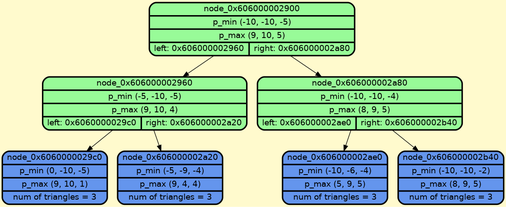
Earlier version of the Graphviz export dump/graph_dump.png (BulgakovDmitry/3D_triangles). Its source is kept beside it as dump/graph_dump.gv. Source of this version:
```dot
digraph G {
    rankdir=TB;
    node [style=filled, fontname="Helvetica", fontcolor=darkblue, fillcolor=peachpuff, color="#252A34", penwidth=2.5];
    bgcolor="lemonchiffon";

    node_0x606000002900 [shape=Mrecord; style=filled; fillcolor=palegreen; color="#000000"; fontcolor="#000000"; label="{ node_0x606000002900 | p_min (-10, -10, -5) | p_max (9, 10, 5) | { left: 0x606000002960 | right: 0x606000002a80 } }"];
    node_0x606000002960 [shape=Mrecord; style=filled; fillcolor=palegreen; color="#000000"; fontcolor="#000000"; label="{ node_0x606000002960 | p_min (-5, -10, -5) | p_max (9, 10, 4) | { left: 0x6060000029c0 | right: 0x606000002a20 } }"];
    node_0x6060000029c0 [shape=Mrecord; style=filled; fillcolor=cornflowerblue; color="#000000"; fontcolor="#000000"; label="{ node_0x6060000029c0 | p_min (0, -10, -5) | p_max (9, 10, 1) | num of triangles = 3}"];
    node_0x606000002a20 [shape=Mrecord; style=filled; fillcolor=cornflowerblue; color="#000000"; fontcolor="#000000"; label="{ node_0x606000002a20 | p_min (-5, -9, -4) | p_max (9, 4, 4) | num of triangles = 3}"];
    node_0x606000002a80 [shape=Mrecord; style=filled; fillcolor=palegreen; color="#000000"; fontcolor="#000000"; label="{ node_0x606000002a80 | p_min (-10, -10, -4) | p_max (8, 9, 5) | { left: 0x606000002ae0 | right: 0x606000002b40 } }"];
    node_0x606000002ae0 [shape=Mrecord; style=filled; fillcolor=cornflowerblue; color="#000000"; fontcolor="#000000"; label="{ node_0x606000002ae0 | p_min (-10, -6, -4) | p_max (5, 9, 5) | num of triangles = 3}"];
    node_0x606000002b40 [shape=Mrecord; style=filled; fillcolor=cornflowerblue; color="#000000"; fontcolor="#000000"; label="{ node_0x606000002b40 | p_min (-10, -10, -2) | p_max (8, 9, 5) | num of triangles = 3}"];

    node_0x606000002900 -> node_0x606000002960;
    node_0x606000002900 -> node_0x606000002a80;
    node_0x606000002960 -> node_0x6060000029c0;
    node_0x606000002960 -> node_0x606000002a20;
    node_0x606000002a80 -> node_0x606000002ae0;
    node_0x606000002a80 -> node_0x606000002b40;
}
```
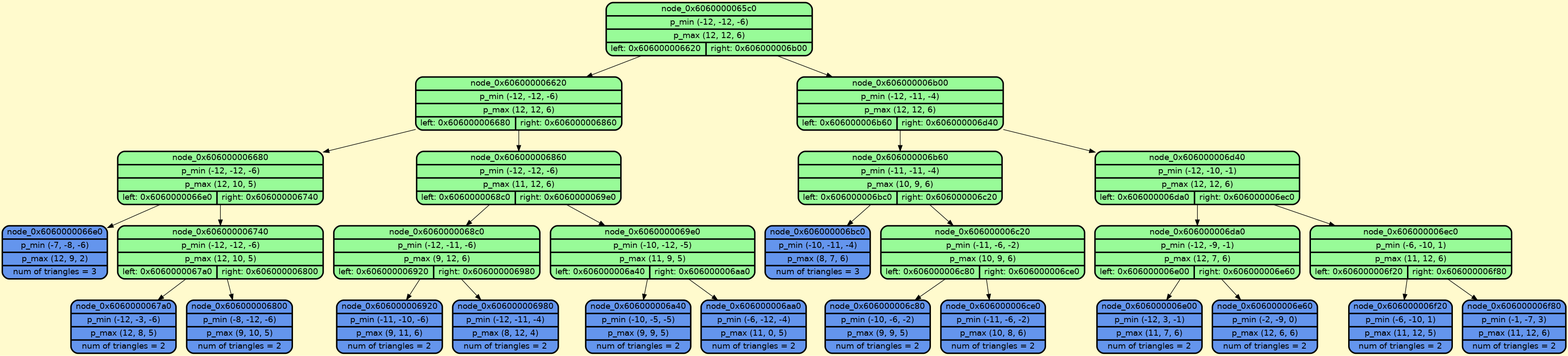
Later version of the same file.

Commit message:
fix BVH and create graph dump of bin tree

The edit, as a diff of the source:
```diff
@@ -3,18 +3,58 @@
     node [style=filled, fontname="Helvetica", fontcolor=darkblue, fillcolor=peachpuff, color="#252A34", penwidth=2.5];
     bgcolor="lemonchiffon";
 
-    node_0x606000002900 [shape=Mrecord; style=filled; fillcolor=palegreen; color="#000000"; fontcolor="#000000"; label="{ node_0x606000002900 | p_min (-10, -10, -5) | p_max (9, 10, 5) | { left: 0x606000002960 | right: 0x606000002a80 } }"];
-    node_0x606000002960 [shape=Mrecord; style=filled; fillcolor=palegreen; color="#000000"; fontcolor="#000000"; label="{ node_0x606000002960 | p_min (-5, -10, -5) | p_max (9, 10, 4) | { left: 0x6060000029c0 | right: 0x606000002a20 } }"];
-    node_0x6060000029c0 [shape=Mrecord; style=filled; fillcolor=cornflowerblue; color="#000000"; fontcolor="#000000"; label="{ node_0x6060000029c0 | p_min (0, -10, -5) | p_max (9, 10, 1) | num of triangles = 3}"];
-    node_0x606000002a20 [shape=Mrecord; style=filled; fillcolor=cornflowerblue; color="#000000"; fontcolor="#000000"; label="{ node_0x606000002a20 | p_min (-5, -9, -4) | p_max (9, 4, 4) | num of triangles = 3}"];
-    node_0x606000002a80 [shape=Mrecord; style=filled; fillcolor=palegreen; color="#000000"; fontcolor="#000000"; label="{ node_0x606000002a80 | p_min (-10, -10, -4) | p_max (8, 9, 5) | { left: 0x606000002ae0 | right: 0x606000002b40 } }"];
-    node_0x606000002ae0 [shape=Mrecord; style=filled; fillcolor=cornflowerblue; color="#000000"; fontcolor="#000000"; label="{ node_0x606000002ae0 | p_min (-10, -6, -4) | p_max (5, 9, 5) | num of triangles = 3}"];
-    node_0x606000002b40 [shape=Mrecord; style=filled; fillcolor=cornflowerblue; color="#000000"; fontcolor="#000000"; label="{ node_0x606000002b40 | p_min (-10, -10, -2) | p_max (8, 9, 5) | num of triangles = 3}"];
+    node_0x6060000065c0 [shape=Mrecord; style=filled; fillcolor=palegreen; color="#000000"; fontcolor="#000000"; label="{ node_0x6060000065c0 | p_min (-12, -12, -6) | p_max (12, 12, 6) | { left: 0x606000006620 | right: 0x606000006b00 } }"];
+    node_0x606000006620 [shape=Mrecord; style=filled; fillcolor=palegreen; color="#000000"; fontcolor="#000000"; label="{ node_0x606000006620 | p_min (-12, -12, -6) | p_max (12, 12, 6) | { left: 0x606000006680 | right: 0x606000006860 } }"];
+    node_0x606000006680 [shape=Mrecord; style=filled; fillcolor=palegreen; color="#000000"; fontcolor="#000000"; label="{ node_0x606000006680 | p_min (-12, -12, -6) | p_max (12, 10, 5) | { left: 0x6060000066e0 | right: 0x606000006740 } }"];
+    node_0x6060000066e0 [shape=Mrecord; style=filled; fillcolor=cornflowerblue; color="#000000"; fontcolor="#000000"; label="{ node_0x6060000066e0 | p_min (-7, -8, -6) | p_max (12, 9, 2) | num of triangles = 3}"];
+    node_0x606000006740 [shape=Mrecord; style=filled; fillcolor=palegreen; color="#000000"; fontcolor="#000000"; label="{ node_0x606000006740 | p_min (-12, -12, -6) | p_max (12, 10, 5) | { left: 0x6060000067a0 | right: 0x606000006800 } }"];
+    node_0x6060000067a0 [shape=Mrecord; style=filled; fillcolor=cornflowerblue; color="#000000"; fontcolor="#000000"; label="{ node_0x6060000067a0 | p_min (-12, -3, -6) | p_max (12, 8, 5) | num of triangles = 2}"];
+    node_0x606000006800 [shape=Mrecord; style=filled; fillcolor=cornflowerblue; color="#000000"; fontcolor="#000000"; label="{ node_0x606000006800 | p_min (-8, -12, -6) | p_max (9, 10, 5) | num of triangles = 2}"];
+    node_0x606000006860 [shape=Mrecord; style=filled; fillcolor=palegreen; color="#000000"; fontcolor="#000000"; label="{ node_0x606000006860 | p_min (-12, -12, -6) | p_max (11, 12, 6) | { left: 0x6060000068c0 | right: 0x6060000069e0 } }"];
+    node_0x6060000068c0 [shape=Mrecord; style=filled; fillcolor=palegreen; color="#000000"; fontcolor="#000000"; label="{ node_0x6060000068c0 | p_min (-12, -11, -6) | p_max (9, 12, 6) | { left: 0x606000006920 | right: 0x606000006980 } }"];
+    node_0x606000006920 [shape=Mrecord; style=filled; fillcolor=cornflowerblue; color="#000000"; fontcolor="#000000"; label="{ node_0x606000006920 | p_min (-11, -10, -6) | p_max (9, 11, 6) | num of triangles = 2}"];
+    node_0x606000006980 [shape=Mrecord; style=filled; fillcolor=cornflowerblue; color="#000000"; fontcolor="#000000"; label="{ node_0x606000006980 | p_min (-12, -11, -4) | p_max (8, 12, 4) | num of triangles = 2}"];
+    node_0x6060000069e0 [shape=Mrecord; style=filled; fillcolor=palegreen; color="#000000"; fontcolor="#000000"; label="{ node_0x6060000069e0 | p_min (-10, -12, -5) | p_max (11, 9, 5) | { left: 0x606000006a40 | right: 0x606000006aa0 } }"];
+    node_0x606000006a40 [shape=Mrecord; style=filled; fillcolor=cornflowerblue; color="#000000"; fontcolor="#000000"; label="{ node_0x606000006a40 | p_min (-10, -5, -5) | p_max (9, 9, 5) | num of triangles = 2}"];
+    node_0x606000006aa0 [shape=Mrecord; style=filled; fillcolor=cornflowerblue; color="#000000"; fontcolor="#000000"; label="{ node_0x606000006aa0 | p_min (-6, -12, -4) | p_max (11, 0, 5) | num of triangles = 2}"];
+    node_0x606000006b00 [shape=Mrecord; style=filled; fillcolor=palegreen; color="#000000"; fontcolor="#000000"; label="{ node_0x606000006b00 | p_min (-12, -11, -4) | p_max (12, 12, 6) | { left: 0x606000006b60 | right: 0x606000006d40 } }"];
+    node_0x606000006b60 [shape=Mrecord; style=filled; fillcolor=palegreen; color="#000000"; fontcolor="#000000"; label="{ node_0x606000006b60 | p_min (-11, -11, -4) | p_max (10, 9, 6) | { left: 0x606000006bc0 | right: 0x606000006c20 } }"];
+    node_0x606000006bc0 [shape=Mrecord; style=filled; fillcolor=cornflowerblue; color="#000000"; fontcolor="#000000"; label="{ node_0x606000006bc0 | p_min (-10, -11, -4) | p_max (8, 7, 6) | num of triangles = 3}"];
+    node_0x606000006c20 [shape=Mrecord; style=filled; fillcolor=palegreen; color="#000000"; fontcolor="#000000"; label="{ node_0x606000006c20 | p_min (-11, -6, -2) | p_max (10, 9, 6) | { left: 0x606000006c80 | right: 0x606000006ce0 } }"];
+    node_0x606000006c80 [shape=Mrecord; style=filled; fillcolor=cornflowerblue; color="#000000"; fontcolor="#000000"; label="{ node_0x606000006c80 | p_min (-10, -6, -2) | p_max (9, 9, 5) | num of triangles = 2}"];
+    node_0x606000006ce0 [shape=Mrecord; style=filled; fillcolor=cornflowerblue; color="#000000"; fontcolor="#000000"; label="{ node_0x606000006ce0 | p_min (-11, -6, -2) | p_max (10, 8, 6) | num of triangles = 2}"];
+    node_0x606000006d40 [shape=Mrecord; style=filled; fillcolor=palegreen; color="#000000"; fontcolor="#000000"; label="{ node_0x606000006d40 | p_min (-12, -10, -1) | p_max (12, 12, 6) | { left: 0x606000006da0 | right: 0x606000006ec0 } }"];
+    node_0x606000006da0 [shape=Mrecord; style=filled; fillcolor=palegreen; color="#000000"; fontcolor="#000000"; label="{ node_0x606000006da0 | p_min (-12, -9, -1) | p_max (12, 7, 6) | { left: 0x606000006e00 | right: 0x606000006e60 } }"];
+    node_0x606000006e00 [shape=Mrecord; style=filled; fillcolor=cornflowerblue; color="#000000"; fontcolor="#000000"; label="{ node_0x606000006e00 | p_min (-12, 3, -1) | p_max (11, 7, 6) | num of triangles = 2}"];
+    node_0x606000006e60 [shape=Mrecord; style=filled; fillcolor=cornflowerblue; color="#000000"; fontcolor="#000000"; label="{ node_0x606000006e60 | p_min (-2, -9, 0) | p_max (12, 6, 6) | num of triangles = 2}"];
+    node_0x606000006ec0 [shape=Mrecord; style=filled; fillcolor=palegreen; color="#000000"; fontcolor="#000000"; label="{ node_0x606000006ec0 | p_min (-6, -10, 1) | p_max (11, 12, 6) | { left: 0x606000006f20 | right: 0x606000006f80 } }"];
+    node_0x606000006f20 [shape=Mrecord; style=filled; fillcolor=cornflowerblue; color="#000000"; fontcolor="#000000"; label="{ node_0x606000006f20 | p_min (-6, -10, 1) | p_max (11, 12, 5) | num of triangles = 2}"];
+    node_0x606000006f80 [shape=Mrecord; style=filled; fillcolor=cornflowerblue; color="#000000"; fontcolor="#000000"; label="{ node_0x606000006f80 | p_min (-1, -7, 3) | p_max (11, 12, 6) | num of triangles = 2}"];
 
-    node_0x606000002900 -> node_0x606000002960;
-    node_0x606000002900 -> node_0x606000002a80;
-    node_0x606000002960 -> node_0x6060000029c0;
-    node_0x606000002960 -> node_0x606000002a20;
-    node_0x606000002a80 -> node_0x606000002ae0;
-    node_0x606000002a80 -> node_0x606000002b40;
+    node_0x6060000065c0 -> node_0x606000006620;
+    node_0x6060000065c0 -> node_0x606000006b00;
+    node_0x606000006620 -> node_0x606000006680;
+    node_0x606000006620 -> node_0x606000006860;
+    node_0x606000006680 -> node_0x6060000066e0;
+    node_0x606000006680 -> node_0x606000006740;
+    node_0x606000006740 -> node_0x6060000067a0;
+    node_0x606000006740 -> node_0x606000006800;
+    node_0x606000006860 -> node_0x6060000068c0;
+    node_0x606000006860 -> node_0x6060000069e0;
+    node_0x6060000068c0 -> node_0x606000006920;
+    node_0x6060000068c0 -> node_0x606000006980;
+    node_0x6060000069e0 -> node_0x606000006a40;
+    node_0x6060000069e0 -> node_0x606000006aa0;
+    node_0x606000006b00 -> node_0x606000006b60;
+    node_0x606000006b00 -> node_0x606000006d40;
+    node_0x606000006b60 -> node_0x606000006bc0;
+    node_0x606000006b60 -> node_0x606000006c20;
+    node_0x606000006c20 -> node_0x606000006c80;
+    node_0x606000006c20 -> node_0x606000006ce0;
+    node_0x606000006d40 -> node_0x606000006da0;
+    node_0x606000006d40 -> node_0x606000006ec0;
+    node_0x606000006da0 -> node_0x606000006e00;
+    node_0x606000006da0 -> node_0x606000006e60;
+    node_0x606000006ec0 -> node_0x606000006f20;
+    node_0x606000006ec0 -> node_0x606000006f80;
 }
```
